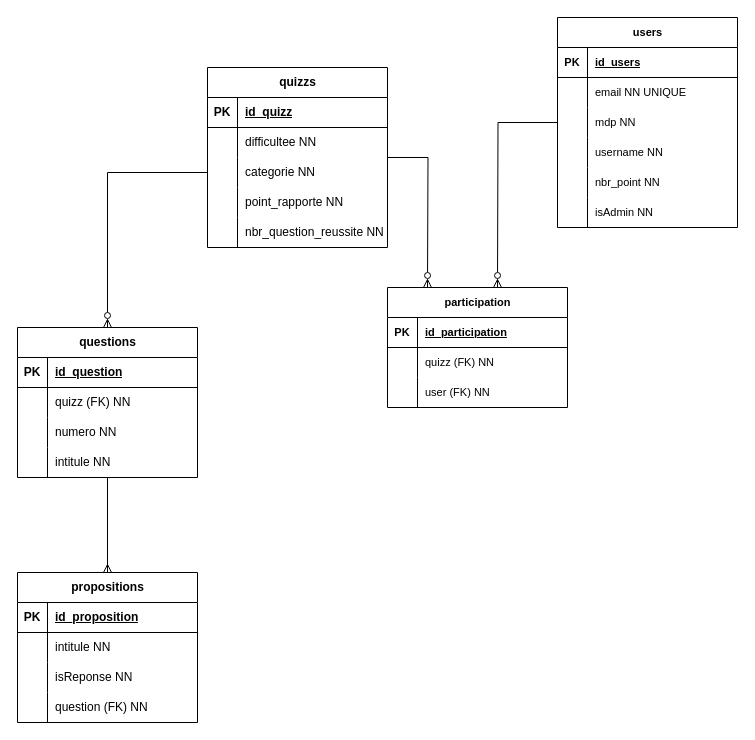
Above: dataBase/DSD_projet_web2.drawio in e-vinci/web2-2023-project-group_19 (draw.io), before the change. Source tidied: cells renumbered, new cells numbered last; positions are measured from the earlier drawing's top-left corner, leaving out a move shared by most shapes. Both pictures are drawn from the tidied source at 100%, with x=0, y=0 at pixel (17, 17).
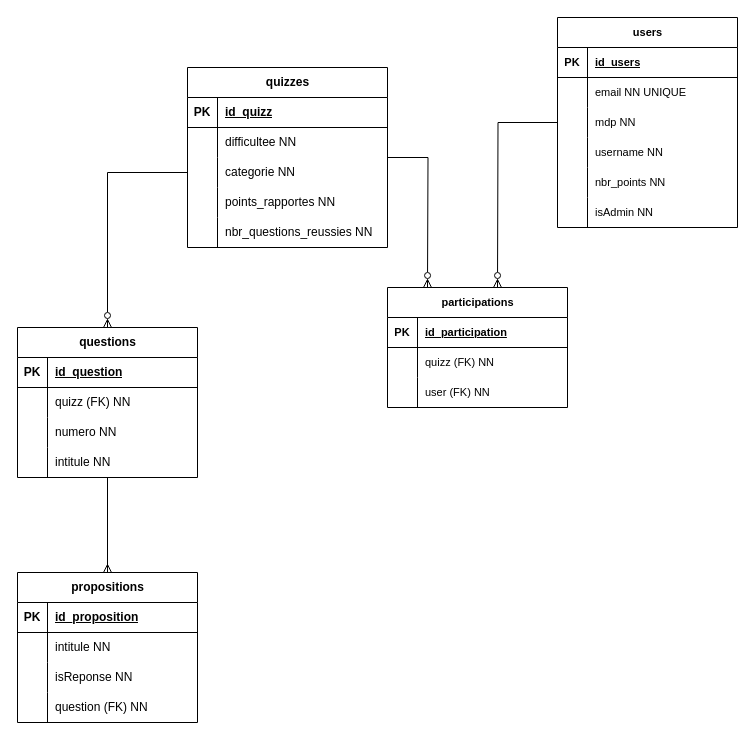
Above is the later version.

Commit message (it also covers changes not shown here):
modif: script DataBase

Unchanged cells that the change refers to:
```xml
<mxCell id="61" style="shape=tableRow;horizontal=0;startSize=0;swimlaneHead=0;swimlaneBody=0;fillColor=none;top=0;left=0;right=0;bottom=0;fontFamily=Helvetica;fontSize=11;fontColor=default;" parent="48" vertex="1">
  <mxGeometry y="150" width="180" height="30" as="geometry" />
</mxCell>
```

What changed in the source:
```diff
@@
-    <mxCell id="3" value="quizzs" style="shape=table;startSize=30;childLayout=tableLayout;rowLines=0;fontStyle=1;align=center;html=1;" parent="1" vertex="1">
-      <mxGeometry x="190" y="50" width="180" height="180" as="geometry" />
+    <mxCell id="3" value="quizzes" style="shape=table;startSize=30;childLayout=tableLayout;rowLines=0;fontStyle=1;align=center;html=1;" parent="1" vertex="1">
+      <mxGeometry x="170" y="50" width="200" height="180" as="geometry" />
     </mxCell>
     <mxCell id="4" style="shape=tableRow;horizontal=0;startSize=0;swimlaneHead=0;swimlaneBody=0;fillColor=none;top=0;left=0;right=0;bottom=1;" parent="3" vertex="1">
-      <mxGeometry y="30" width="180" height="30" as="geometry" />
+      <mxGeometry y="30" width="200" height="30" as="geometry" />
     </mxCell>
@@
     <mxCell id="6" value="id_quizz" style="shape=partialRectangle;fillColor=none;top=0;left=0;bottom=0;right=0;align=left;spacingLeft=6;fontStyle=5;overflow=hidden;whiteSpace=wrap;html=1;" parent="4" vertex="1">
-      <mxGeometry x="30" width="150" height="30" as="geometry" />
+      <mxGeometry x="30" width="170" height="30" as="geometry" />
     </mxCell>
     <mxCell id="7" style="shape=tableRow;horizontal=0;startSize=0;swimlaneHead=0;swimlaneBody=0;fillColor=none;top=0;left=0;right=0;bottom=0;" parent="3" vertex="1">
-      <mxGeometry y="60" width="180" height="30" as="geometry" />
+      <mxGeometry y="60" width="200" height="30" as="geometry" />
     </mxCell>
@@
     <mxCell id="9" value="difficultee NN" style="shape=partialRectangle;fillColor=none;top=0;left=0;bottom=0;right=0;align=left;spacingLeft=6;overflow=hidden;whiteSpace=wrap;html=1;" parent="7" vertex="1">
-      <mxGeometry x="30" width="150" height="30" as="geometry" />
+      <mxGeometry x="30" width="170" height="30" as="geometry" />
     </mxCell>
     <mxCell id="10" style="shape=tableRow;horizontal=0;startSize=0;swimlaneHead=0;swimlaneBody=0;fillColor=none;points=[[0,0.5],[1,0.5]];portConstraint=eastwest;top=0;left=0;right=0;bottom=0;" parent="3" vertex="1">
-      <mxGeometry y="90" width="180" height="30" as="geometry" />
+      <mxGeometry y="90" width="200" height="30" as="geometry" />
     </mxCell>
@@
     <mxCell id="12" value="categorie NN" style="shape=partialRectangle;fillColor=none;top=0;left=0;bottom=0;right=0;align=left;spacingLeft=6;overflow=hidden;whiteSpace=wrap;html=1;" parent="10" vertex="1">
-      <mxGeometry x="30" width="150" height="30" as="geometry" />
+      <mxGeometry x="30" width="170" height="30" as="geometry" />
     </mxCell>
     <mxCell id="13" style="shape=tableRow;horizontal=0;startSize=0;swimlaneHead=0;swimlaneBody=0;fillColor=none;top=0;left=0;right=0;bottom=0;" parent="3" vertex="1">
-      <mxGeometry y="120" width="180" height="30" as="geometry" />
+      <mxGeometry y="120" width="200" height="30" as="geometry" />
     </mxCell>
@@
-    <mxCell id="15" value="point_rapporte NN" style="shape=partialRectangle;fillColor=none;top=0;left=0;bottom=0;right=0;align=left;spacingLeft=6;overflow=hidden;whiteSpace=wrap;html=1;" parent="13" vertex="1">
-      <mxGeometry x="30" width="150" height="30" as="geometry" />
+    <mxCell id="15" value="points_rapportes NN" style="shape=partialRectangle;fillColor=none;top=0;left=0;bottom=0;right=0;align=left;spacingLeft=6;overflow=hidden;whiteSpace=wrap;html=1;" parent="13" vertex="1">
+      <mxGeometry x="30" width="170" height="30" as="geometry" />
     </mxCell>
     <mxCell id="16" style="shape=tableRow;horizontal=0;startSize=0;swimlaneHead=0;swimlaneBody=0;fillColor=none;top=0;left=0;right=0;bottom=0;" parent="3" vertex="1">
-      <mxGeometry y="150" width="180" height="30" as="geometry" />
+      <mxGeometry y="150" width="200" height="30" as="geometry" />
     </mxCell>
@@
-    <mxCell id="18" value="nbr_question_reussite NN" style="shape=partialRectangle;fillColor=none;top=0;left=0;bottom=0;right=0;align=left;spacingLeft=6;overflow=hidden;whiteSpace=wrap;html=1;" parent="16" vertex="1">
-      <mxGeometry x="30" width="150" height="30" as="geometry" />
+    <mxCell id="18" value="nbr_questions_reussies NN" style="shape=partialRectangle;fillColor=none;top=0;left=0;bottom=0;right=0;align=left;spacingLeft=6;overflow=hidden;whiteSpace=wrap;html=1;" parent="16" vertex="1">
+      <mxGeometry x="30" width="170" height="30" as="geometry" />
     </mxCell>
@@
-    <mxCell id="63" value="nbr_point NN" style="shape=partialRectangle;fillColor=none;top=0;left=0;bottom=0;right=0;align=left;spacingLeft=6;overflow=hidden;whiteSpace=wrap;html=1;fontFamily=Helvetica;fontSize=11;fontColor=default;" parent="61" vertex="1">
+    <mxCell id="63" value="nbr_points NN" style="shape=partialRectangle;fillColor=none;top=0;left=0;bottom=0;right=0;align=left;spacingLeft=6;overflow=hidden;whiteSpace=wrap;html=1;fontFamily=Helvetica;fontSize=11;fontColor=default;" parent="61" vertex="1">
       <mxGeometry x="30" width="150" height="30" as="geometry" />
     </mxCell>
@@
-    <mxCell id="67" value="participation" style="shape=table;startSize=30;childLayout=tableLayout;rowLines=0;fontStyle=1;align=center;html=1;fontFamily=Helvetica;fontSize=11;fontColor=default;" parent="1" vertex="1">
+    <mxCell id="67" value="participations" style="shape=table;startSize=30;childLayout=tableLayout;rowLines=0;fontStyle=1;align=center;html=1;fontFamily=Helvetica;fontSize=11;fontColor=default;" parent="1" vertex="1">
       <mxGeometry x="370" y="270" width="180" height="120" as="geometry" />
     </mxCell>
```
